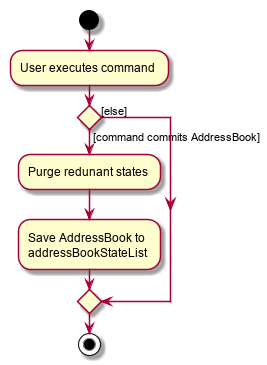
nus-cs2103-AY1920S1/addressbook-level3 keeps this PlantUML diagram as docs/images/CommitActivityDiagram.png. Above is the earlier version. Its source is kept beside it as docs/diagrams/CommitActivityDiagram.puml.
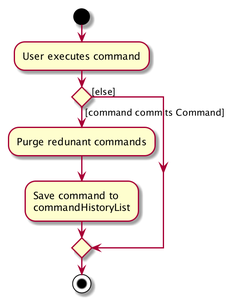
The same diagram one commit later.

Diff of the diagram source:
```diff
@@ -3,7 +3,7 @@
 :User executes command;
 
 
-if () then ([command commits Catalog])
+if () then ([command commits Command])
     :Purge redunant commands;
     :Save command to
     commandHistoryList;
```
